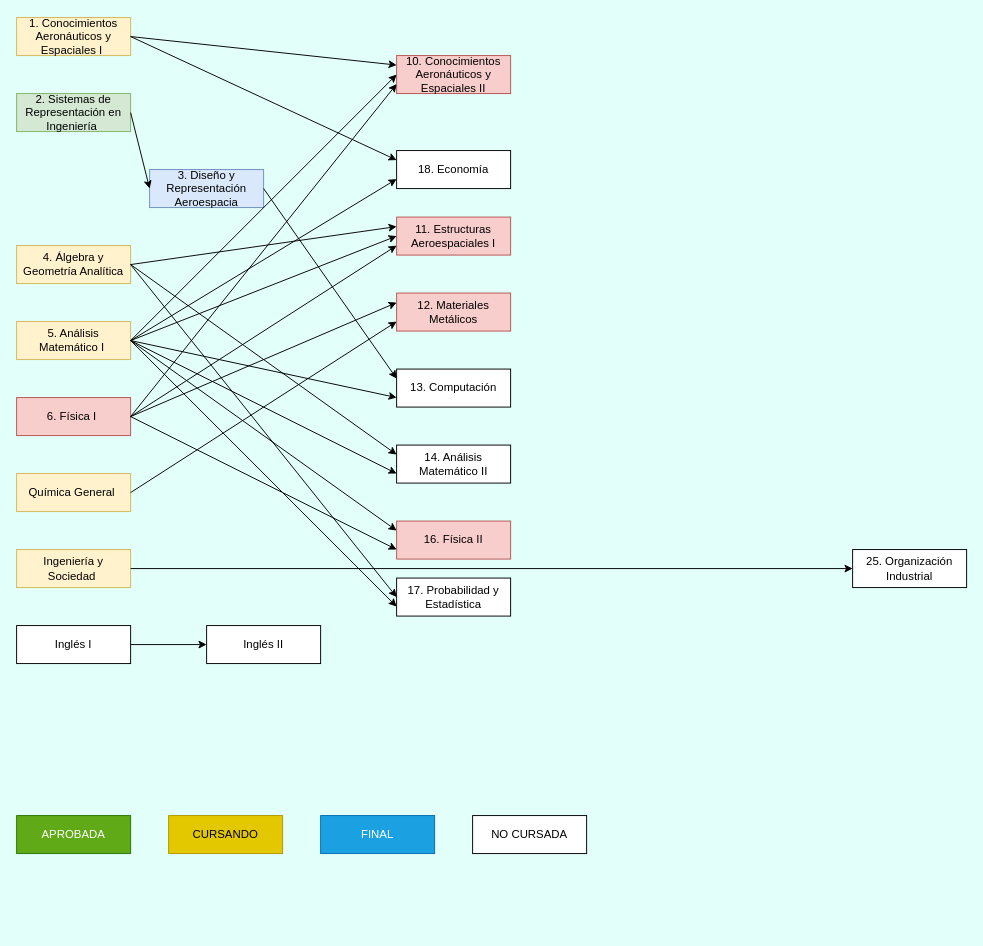
The draw.io diagram Untitled Diagram.drawio in Estebanp2005/correlativasAeroUTN, before the edit. Source tidied: cells renumbered, new cells numbered last; positions are measured from the earlier drawing's top-left corner, leaving out a move shared by most shapes. Both pictures are drawn from the tidied source at 95%, with x=0, y=0 at pixel (16, 17).
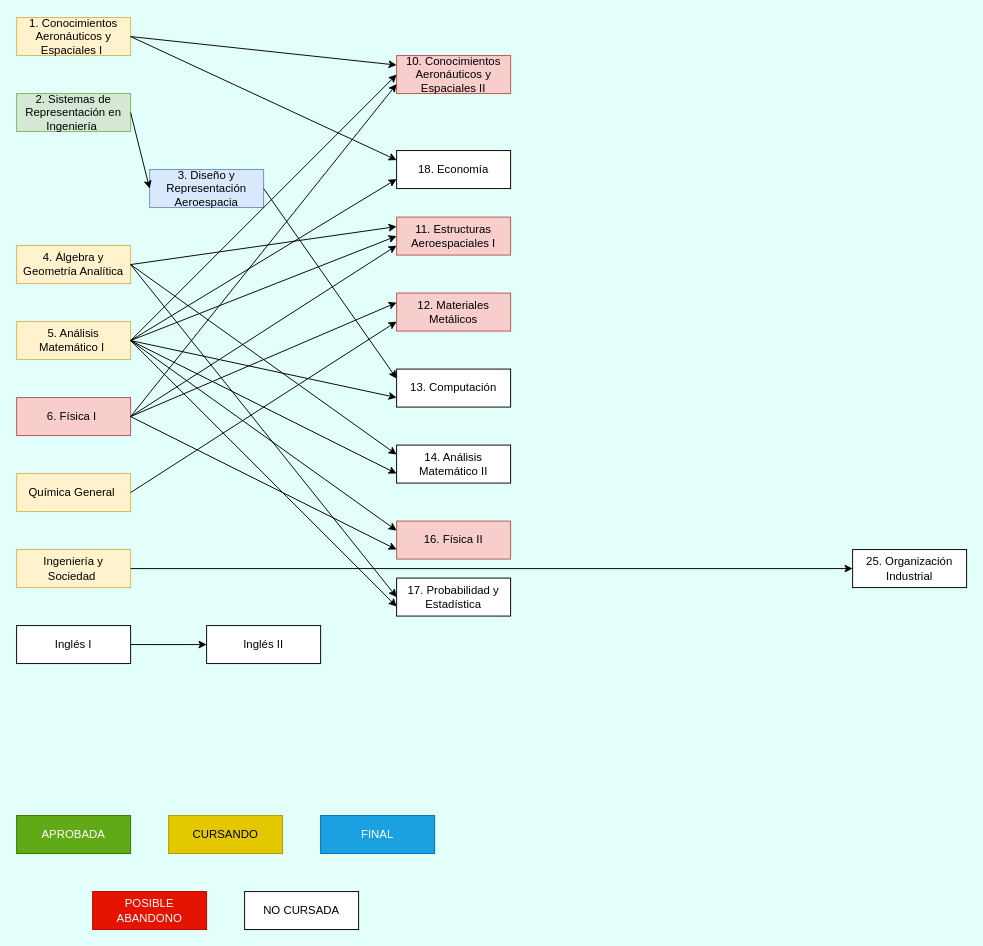
The same page after the edit.

Diff of the diagram source:
```diff
@@
     <mxCell id="45" value="NO CURSADA" style="rounded=0;whiteSpace=wrap;html=1;" parent="1" vertex="1">
-      <mxGeometry x="480" y="840" width="120" height="40" as="geometry" />
+      <mxGeometry x="240" y="920" width="120" height="40" as="geometry" />
     </mxCell>
+    <mxCell id="46" value="POSIBLE ABANDONO" style="rounded=0;whiteSpace=wrap;html=1;fillColor=#e51400;fontColor=#ffffff;strokeColor=#B20000;" parent="1" vertex="1">
+      <mxGeometry x="80" y="920" width="120" height="40" as="geometry" />
+    </mxCell>
```
